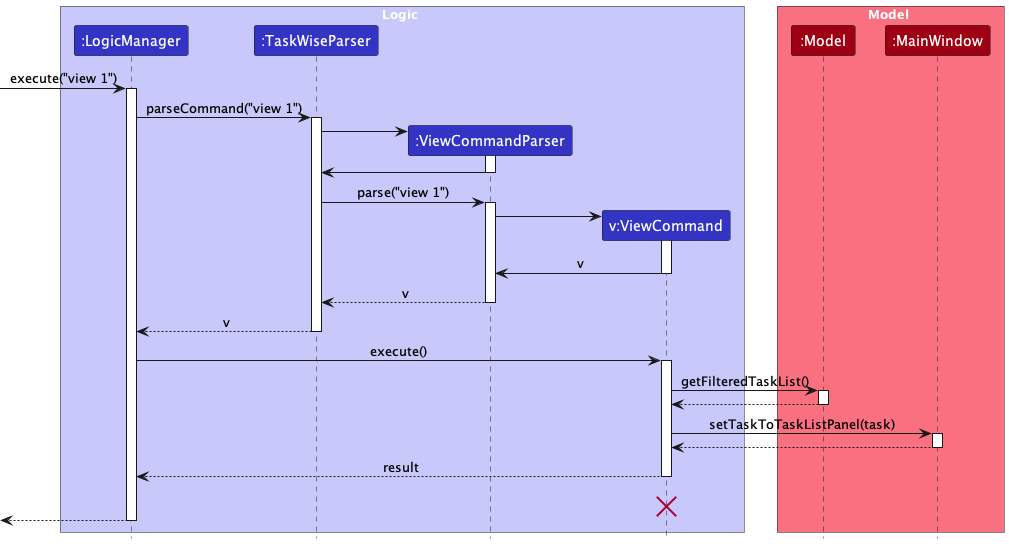
The PlantUML diagram docs/images/ViewSequenceDiagram.png in seantehds/tp, before a commit.
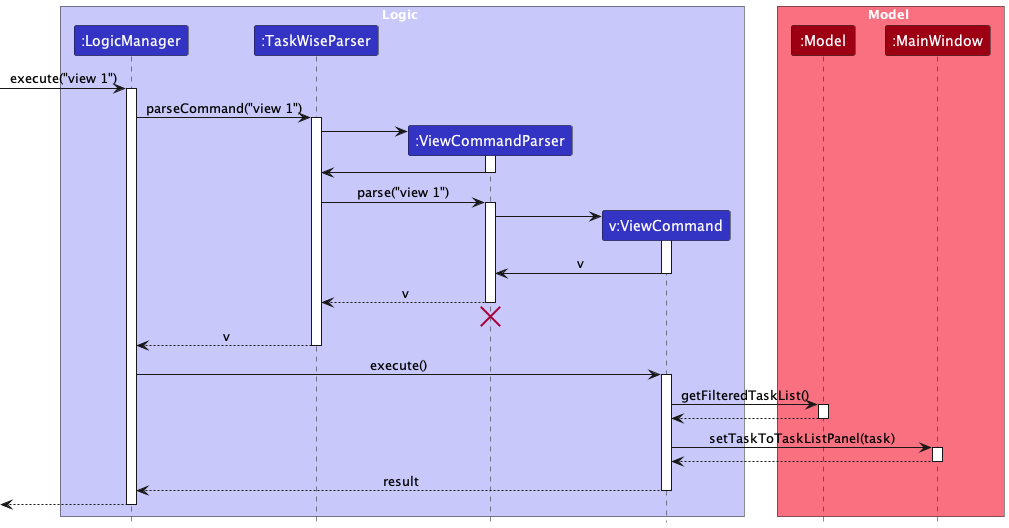
After the commit.

Commit message:
Fix sequence siagram of note and view

Diff of the diagram source:
```diff
@@ -39,6 +39,9 @@
 ViewCommandParser --> TaskWiseParser :v
 deactivate ViewCommandParser
 
+ViewCommandParser -[hidden]-> TaskWiseParser
+destroy ViewCommandParser
+
 TaskWiseParser --> LogicManager : v
 deactivate TaskWiseParser
 
@@ -60,9 +63,6 @@
 ViewCommand --> LogicManager : result
 deactivate ViewCommand
 
-ViewCommand -[hidden]-> LogicManager : result
-destroy ViewCommand
-
 [<--LogicManager
 deactivate LogicManager
 @enduml
```
